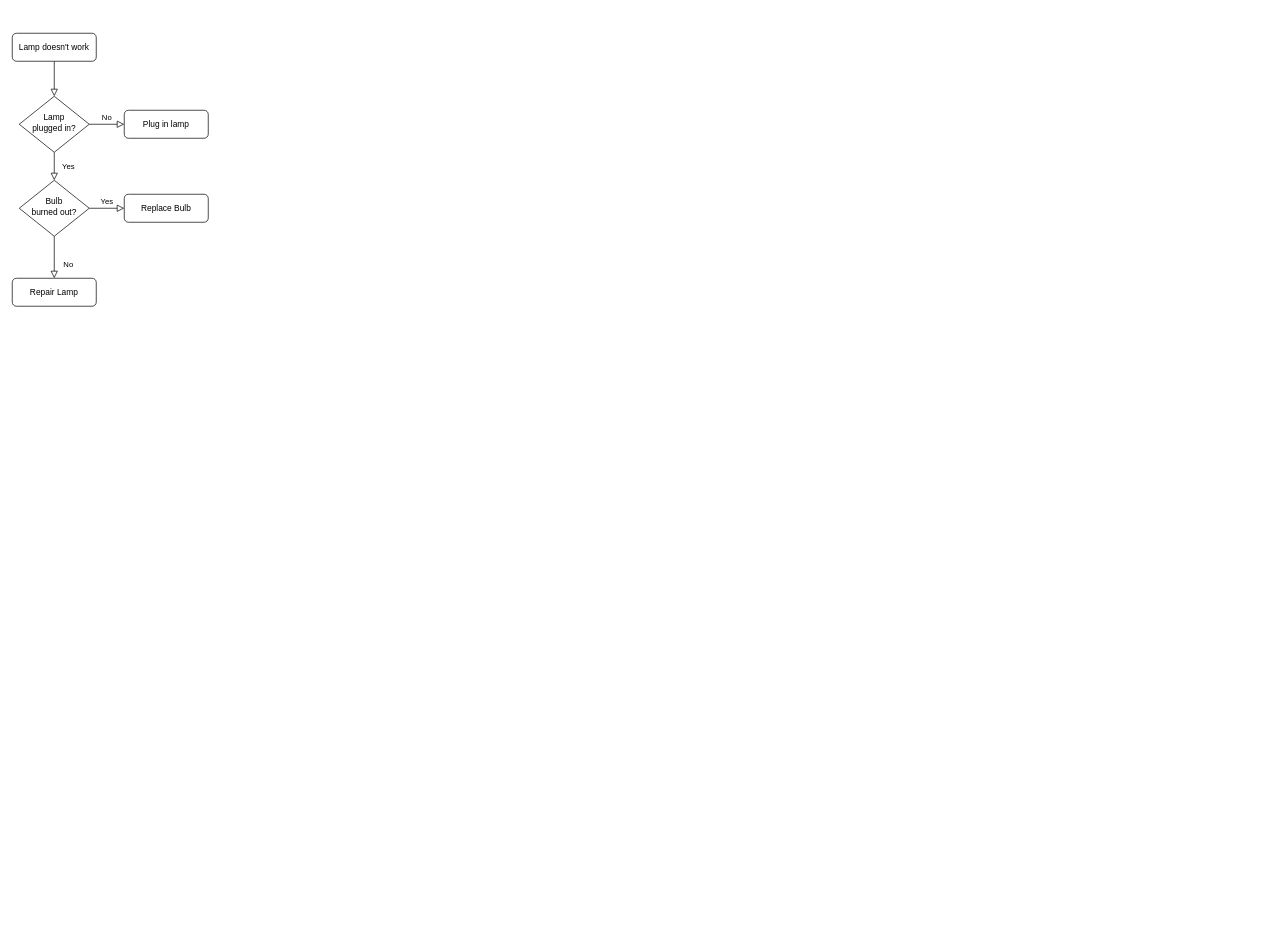
Before: Untitled Diagram.drawio in RicciAlessandro/hello-world, a draw.io diagram. Source tidied: cells renumbered, new cells numbered last; positions are measured from the earlier drawing's top-left corner, leaving out a move shared by most shapes. Both pictures are drawn from the tidied source at 70%, with x=0, y=0 at pixel (12, 33).
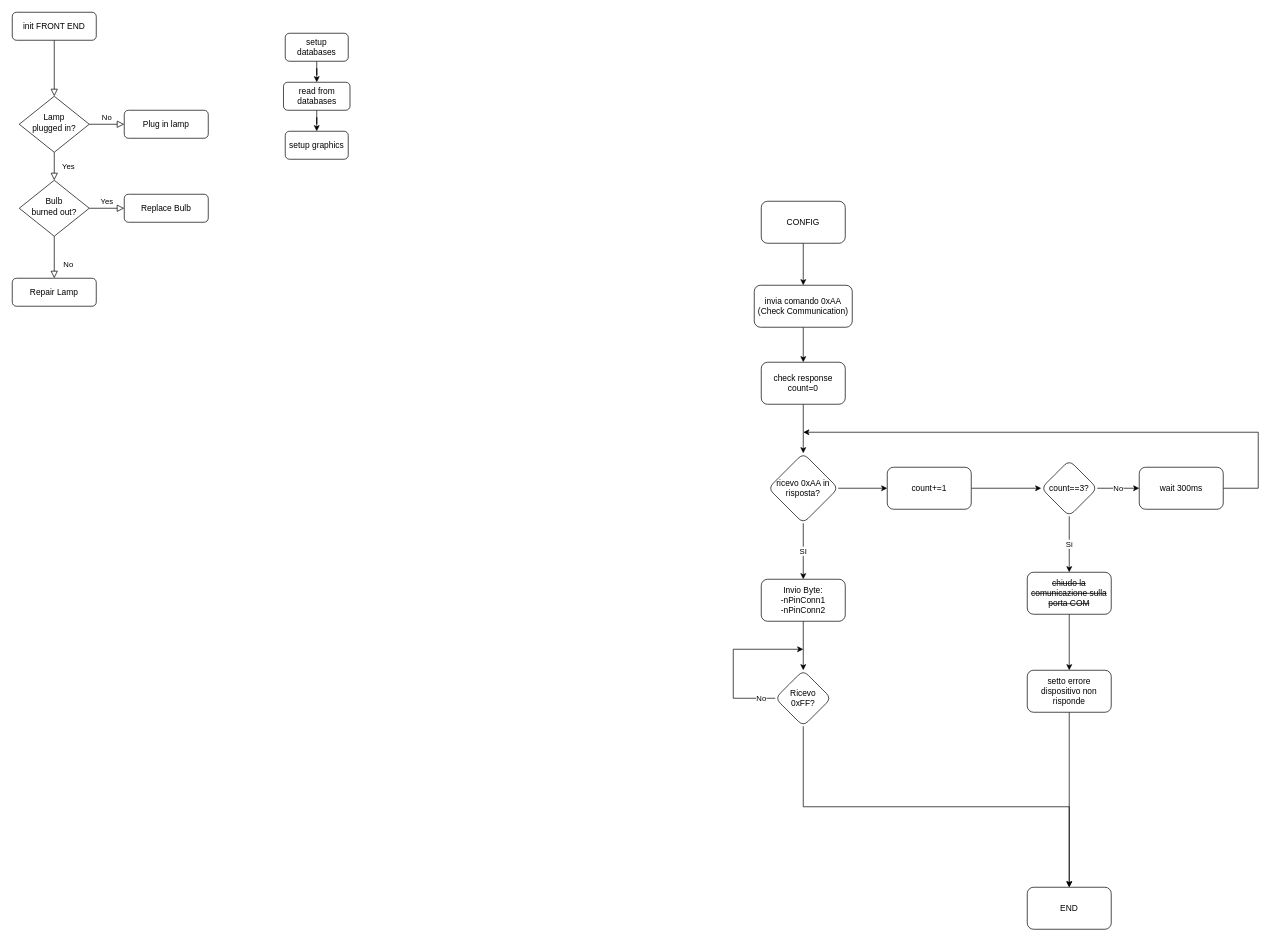
The same page after the edit.

What changed in the source:
```diff
@@
-    <mxCell id="3" value="Lamp doesn't work" style="rounded=1;whiteSpace=wrap;html=1;fontSize=12;glass=0;strokeWidth=1;shadow=0;" parent="1" vertex="1">
-      <mxGeometry width="120" height="40" as="geometry" />
+    <mxCell id="3" value="init FRONT END" style="rounded=1;whiteSpace=wrap;html=1;fontSize=12;glass=0;strokeWidth=1;shadow=0;" parent="1" vertex="1">
+      <mxGeometry y="-30" width="120" height="40" as="geometry" />
     </mxCell>
@@
+    <mxCell id="13" value="setup graphics" style="rounded=1;whiteSpace=wrap;html=1;" parent="1" vertex="1">
+      <mxGeometry x="390" y="140" width="90" height="40" as="geometry" />
+    </mxCell>
+    <mxCell id="14" style="edgeStyle=orthogonalEdgeStyle;rounded=0;jettySize=auto;html=1;" parent="1" edge="1" source="15" target="17">
+      <mxGeometry relative="1" as="geometry" />
+    </mxCell>
+    <mxCell id="15" value="setup databases&lt;br&gt;" style="rounded=1;whiteSpace=wrap;html=1;" parent="1" vertex="1">
+      <mxGeometry x="390" width="90" height="40" as="geometry" />
+    </mxCell>
+    <mxCell id="16" style="edgeStyle=orthogonalEdgeStyle;rounded=0;jettySize=auto;html=1;" parent="1" edge="1" source="17" target="13">
+      <mxGeometry relative="1" as="geometry" />
+    </mxCell>
+    <mxCell id="17" value="&lt;span&gt;read from databases&lt;/span&gt;" style="rounded=1;whiteSpace=wrap;html=1;" parent="1" vertex="1">
+      <mxGeometry x="387.5" y="70" width="95" height="40" as="geometry" />
+    </mxCell>
+    <mxCell id="18" style="edgeStyle=orthogonalEdgeStyle;rounded=0;jettySize=auto;html=1;" parent="1" edge="1" source="34" target="20">
+      <mxGeometry relative="1" as="geometry" />
+    </mxCell>
+    <mxCell id="19" style="edgeStyle=orthogonalEdgeStyle;rounded=0;jettySize=auto;html=1;" parent="1" edge="1" source="20" target="36">
+      <mxGeometry relative="1" as="geometry" />
+    </mxCell>
+    <mxCell id="20" value="invia comando 0xAA&lt;br&gt;(Check Communication)" style="rounded=1;whiteSpace=wrap;html=1;" parent="1" vertex="1">
+      <mxGeometry x="1060" y="360" width="140" height="60" as="geometry" />
+    </mxCell>
+    <mxCell id="21" value="SI" style="edgeStyle=orthogonalEdgeStyle;rounded=0;jettySize=auto;html=1;" parent="1" edge="1" source="23" target="29">
+      <mxGeometry relative="1" as="geometry" />
+    </mxCell>
+    <mxCell id="22" style="edgeStyle=orthogonalEdgeStyle;rounded=0;jettySize=auto;html=1;" parent="1" edge="1" source="23" target="38">
+      <mxGeometry relative="1" as="geometry" />
+    </mxCell>
+    <mxCell id="23" value="ricevo 0xAA in risposta?" style="rhombus;whiteSpace=wrap;html=1;rounded=1;" parent="1" vertex="1">
+      <mxGeometry x="1080" y="600" width="100" height="100" as="geometry" />
+    </mxCell>
+    <mxCell id="24" style="edgeStyle=orthogonalEdgeStyle;rounded=0;jettySize=auto;html=1;" parent="1" edge="1" source="25" target="27">
+      <mxGeometry relative="1" as="geometry" />
+    </mxCell>
+    <mxCell id="25" value="&lt;strike&gt;chiudo la comunicazione sulla porta COM&lt;/strike&gt;" style="whiteSpace=wrap;html=1;rounded=1;" parent="1" vertex="1">
+      <mxGeometry x="1450" y="770" width="120" height="60" as="geometry" />
+    </mxCell>
+    <mxCell id="26" style="edgeStyle=orthogonalEdgeStyle;rounded=0;jettySize=auto;html=1;" parent="1" edge="1" source="27" target="33">
+      <mxGeometry relative="1" as="geometry" />
+    </mxCell>
+    <mxCell id="27" value="setto errore dispositivo non risponde" style="whiteSpace=wrap;html=1;rounded=1;" parent="1" vertex="1">
+      <mxGeometry x="1450" y="910" width="120" height="60" as="geometry" />
+    </mxCell>
+    <mxCell id="28" style="edgeStyle=orthogonalEdgeStyle;rounded=0;jettySize=auto;html=1;" parent="1" edge="1" source="29" target="32">
+      <mxGeometry relative="1" as="geometry" />
+    </mxCell>
+    <mxCell id="29" value="Invio Byte:&lt;br&gt;-nPinConn1&lt;br&gt;-nPinConn2" style="whiteSpace=wrap;html=1;rounded=1;" parent="1" vertex="1">
+      <mxGeometry x="1070" y="780" width="120" height="60" as="geometry" />
+    </mxCell>
+    <mxCell id="30" value="No" style="edgeStyle=orthogonalEdgeStyle;rounded=0;jettySize=auto;html=1;exitX=0;exitY=0.5;exitDx=0;exitDy=0;" parent="1" edge="1" source="32">
+      <mxGeometry x="-0.83" relative="1" as="geometry">
+        <mxPoint x="1130" y="880" as="targetPoint" />
+        <Array as="points">
+          <mxPoint x="1030" y="950" />
+          <mxPoint x="1030" y="880" />
+          <mxPoint x="1130" y="880" />
+        </Array>
+      </mxGeometry>
+    </mxCell>
+    <mxCell id="31" style="edgeStyle=orthogonalEdgeStyle;rounded=0;jettySize=auto;html=1;exitX=0.5;exitY=1;exitDx=0;exitDy=0;entryX=0.5;entryY=0;entryDx=0;entryDy=0;" parent="1" edge="1" source="32" target="33">
+      <mxGeometry relative="1" as="geometry" />
+    </mxCell>
+    <mxCell id="32" value="Ricevo &lt;br&gt;0xFF?" style="rhombus;whiteSpace=wrap;html=1;rounded=1;" parent="1" vertex="1">
+      <mxGeometry x="1090" y="910" width="80" height="80" as="geometry" />
+    </mxCell>
+    <mxCell id="33" value="END" style="whiteSpace=wrap;html=1;rounded=1;" parent="1" vertex="1">
+      <mxGeometry x="1450" y="1220" width="120" height="60" as="geometry" />
+    </mxCell>
+    <mxCell id="34" value="CONFIG" style="whiteSpace=wrap;html=1;rounded=1;" parent="1" vertex="1">
+      <mxGeometry x="1070" y="240" width="120" height="60" as="geometry" />
+    </mxCell>
+    <mxCell id="35" style="edgeStyle=orthogonalEdgeStyle;rounded=0;jettySize=auto;html=1;" parent="1" edge="1" source="36" target="23">
+      <mxGeometry relative="1" as="geometry" />
+    </mxCell>
+    <mxCell id="36" value="check response&lt;br&gt;count=0" style="whiteSpace=wrap;html=1;rounded=1;" parent="1" vertex="1">
+      <mxGeometry x="1070" y="470" width="120" height="60" as="geometry" />
+    </mxCell>
+    <mxCell id="37" style="edgeStyle=orthogonalEdgeStyle;rounded=0;jettySize=auto;html=1;" parent="1" edge="1" source="38" target="41">
+      <mxGeometry relative="1" as="geometry" />
+    </mxCell>
+    <mxCell id="38" value="count+=1" style="whiteSpace=wrap;html=1;rounded=1;" parent="1" vertex="1">
+      <mxGeometry x="1250" y="620" width="120" height="60" as="geometry" />
+    </mxCell>
+    <mxCell id="39" value="Si" style="edgeStyle=orthogonalEdgeStyle;rounded=0;jettySize=auto;html=1;" parent="1" edge="1" source="41" target="25">
+      <mxGeometry relative="1" as="geometry" />
+    </mxCell>
+    <mxCell id="40" value="No" style="edgeStyle=orthogonalEdgeStyle;rounded=0;jettySize=auto;html=1;" parent="1" edge="1" source="41" target="43">
+      <mxGeometry relative="1" as="geometry" />
+    </mxCell>
+    <mxCell id="41" value="count==3?" style="rhombus;whiteSpace=wrap;html=1;rounded=1;" parent="1" vertex="1">
+      <mxGeometry x="1470" y="610" width="80" height="80" as="geometry" />
+    </mxCell>
+    <mxCell id="42" style="edgeStyle=orthogonalEdgeStyle;rounded=0;jettySize=auto;html=1;exitX=1;exitY=0.5;exitDx=0;exitDy=0;" parent="1" edge="1" source="43">
+      <mxGeometry relative="1" as="geometry">
+        <mxPoint x="1130" y="570" as="targetPoint" />
+        <Array as="points">
+          <mxPoint x="1780" y="650" />
+          <mxPoint x="1780" y="570" />
+        </Array>
+      </mxGeometry>
+    </mxCell>
+    <mxCell id="43" value="wait 300ms" style="whiteSpace=wrap;html=1;rounded=1;" parent="1" vertex="1">
+      <mxGeometry x="1610" y="620" width="120" height="60" as="geometry" />
+    </mxCell>
```
